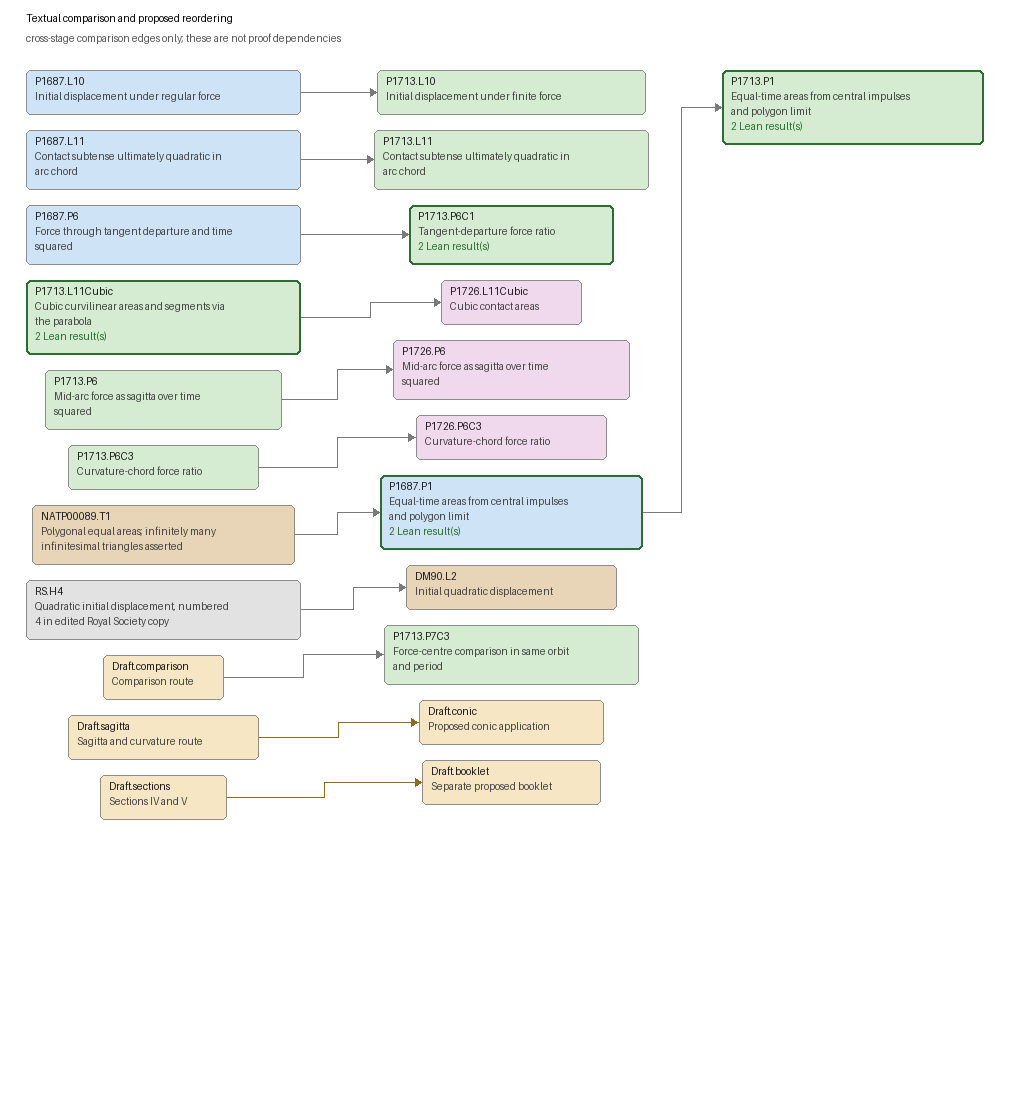
This is docs/graphs/comparison.png from arivero/newtonlean, a Graphviz export, as it was before one commit. Its source is kept beside it as docs/graphs/comparison.dot.
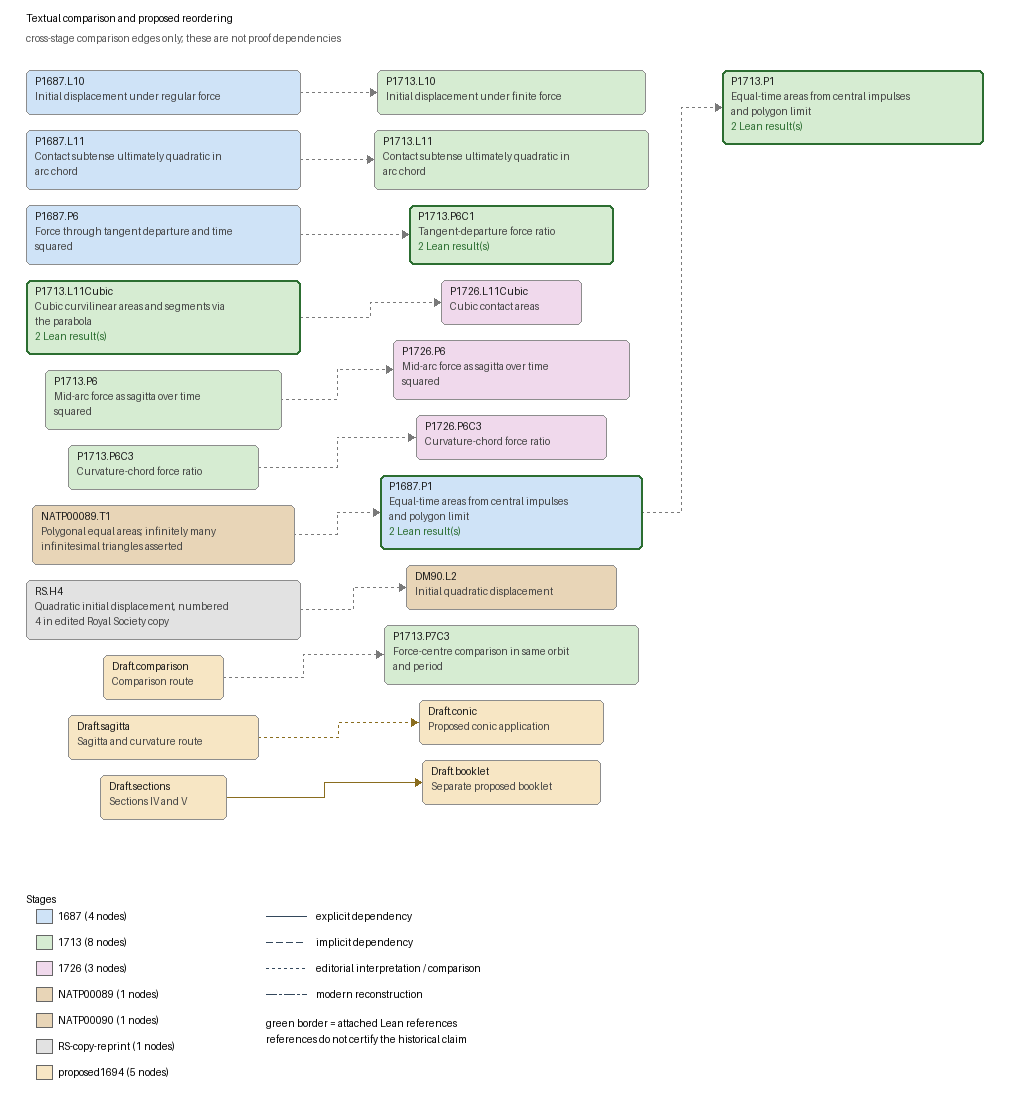
After the change.

Diff of the diagram source:
```diff
@@ -1,39 +1,39 @@
 digraph comparison {
   rankdir=LR;
   node [shape=box, style="rounded,filled"];
+  "DM90.L2" [label="DM90.L2\nInitial quadratic displacement", fillcolor="#e8d5b7", color="#8d8d8d", penwidth=1];
   "Draft.booklet" [label="Draft.booklet\nSeparate proposed booklet", fillcolor="#f7e6c4", color="#8d8d8d", penwidth=1];
+  "Draft.comparison" [label="Draft.comparison\nComparison route", fillcolor="#f7e6c4", color="#8d8d8d", penwidth=1];
+  "Draft.conic" [label="Draft.conic\nProposed conic application", fillcolor="#f7e6c4", color="#8d8d8d", penwidth=1];
+  "Draft.sagitta" [label="Draft.sagitta\nSagitta and curvature route", fillcolor="#f7e6c4", color="#8d8d8d", penwidth=1];
+  "Draft.sections" [label="Draft.sections\nSections IV and V", fillcolor="#f7e6c4", color="#8d8d8d", penwidth=1];
+  "NATP00089.T1" [label="NATP00089.T1\nPolygonal equal areas; infinitely many\ninfinitesimal triangles asserted", fillcolor="#e8d5b7", color="#8d8d8d", penwidth=1];
+  "P1687.L10" [label="P1687.L10\nInitial displacement under regular force", fillcolor="#cfe3f7", color="#8d8d8d", penwidth=1];
+  "P1687.L11" [label="P1687.L11\nContact subtense ultimately quadratic in\narc chord", fillcolor="#cfe3f7", color="#8d8d8d", penwidth=1];
+  "P1687.P1" [label="P1687.P1\nEqual-time areas from central impulses\nand polygon limit\n2 Lean result(s)", fillcolor="#cfe3f7", color="#2c6e31", penwidth=2];
+  "P1687.P6" [label="P1687.P6\nForce through tangent departure and time\nsquared", fillcolor="#cfe3f7", color="#8d8d8d", penwidth=1];
+  "P1713.L10" [label="P1713.L10\nInitial displacement under finite force", fillcolor="#d6ecd2", color="#8d8d8d", penwidth=1];
+  "P1713.L11" [label="P1713.L11\nContact subtense ultimately quadratic in\narc chord", fillcolor="#d6ecd2", color="#8d8d8d", penwidth=1];
+  "P1713.L11Cubic" [label="P1713.L11Cubic\nCubic curvilinear areas and segments via\nthe parabola\n2 Lean result(s)", fillcolor="#d6ecd2", color="#2c6e31", penwidth=2];
   "P1713.P1" [label="P1713.P1\nEqual-time areas from central impulses\nand polygon limit\n2 Lean result(s)", fillcolor="#d6ecd2", color="#2c6e31", penwidth=2];
-  "P1687.P1" [label="P1687.P1\nEqual-time areas from central impulses\nand polygon limit\n2 Lean result(s)", fillcolor="#cfe3f7", color="#2c6e31", penwidth=2];
-  "P1713.L11Cubic" [label="P1713.L11Cubic\nCubic curvilinear areas and segments via\nthe parabola\n2 Lean result(s)", fillcolor="#d6ecd2", color="#2c6e31", penwidth=2];
-  "NATP00089.T1" [label="NATP00089.T1\nPolygonal equal areas; infinitely many\ninfinitesimal triangles asserted", fillcolor="#e8d5b7", color="#8d8d8d", penwidth=1];
+  "P1713.P6" [label="P1713.P6\nMid-arc force as sagitta over time\nsquared", fillcolor="#d6ecd2", color="#8d8d8d", penwidth=1];
+  "P1713.P6C1" [label="P1713.P6C1\nTangent-departure force ratio\n2 Lean result(s)", fillcolor="#d6ecd2", color="#2c6e31", penwidth=2];
+  "P1713.P6C3" [label="P1713.P6C3\nCurvature-chord force ratio", fillcolor="#d6ecd2", color="#8d8d8d", penwidth=1];
+  "P1713.P7C3" [label="P1713.P7C3\nForce-centre comparison in same orbit\nand period", fillcolor="#d6ecd2", color="#8d8d8d", penwidth=1];
+  "P1726.L11Cubic" [label="P1726.L11Cubic\nCubic contact areas", fillcolor="#f0d9ec", color="#8d8d8d", penwidth=1];
   "P1726.P6" [label="P1726.P6\nMid-arc force as sagitta over time\nsquared", fillcolor="#f0d9ec", color="#8d8d8d", penwidth=1];
-  "P1713.P7C3" [label="P1713.P7C3\nForce-centre comparison in same orbit\nand period", fillcolor="#d6ecd2", color="#8d8d8d", penwidth=1];
+  "P1726.P6C3" [label="P1726.P6C3\nCurvature-chord force ratio", fillcolor="#f0d9ec", color="#8d8d8d", penwidth=1];
   "RS.H4" [label="RS.H4\nQuadratic initial displacement, numbered\n4 in edited Royal Society copy", fillcolor="#e2e2e2", color="#8d8d8d", penwidth=1];
-  "P1713.L10" [label="P1713.L10\nInitial displacement under finite force", fillcolor="#d6ecd2", color="#8d8d8d", penwidth=1];
-  "Draft.sagitta" [label="Draft.sagitta\nSagitta and curvature route", fillcolor="#f7e6c4", color="#8d8d8d", penwidth=1];
-  "P1713.P6" [label="P1713.P6\nMid-arc force as sagitta over time\nsquared", fillcolor="#d6ecd2", color="#8d8d8d", penwidth=1];
-  "Draft.conic" [label="Draft.conic\nProposed conic application", fillcolor="#f7e6c4", color="#8d8d8d", penwidth=1];
-  "P1713.L11" [label="P1713.L11\nContact subtense ultimately quadratic in\narc chord", fillcolor="#d6ecd2", color="#8d8d8d", penwidth=1];
-  "Draft.comparison" [label="Draft.comparison\nComparison route", fillcolor="#f7e6c4", color="#8d8d8d", penwidth=1];
-  "Draft.sections" [label="Draft.sections\nSections IV and V", fillcolor="#f7e6c4", color="#8d8d8d", penwidth=1];
-  "P1687.L11" [label="P1687.L11\nContact subtense ultimately quadratic in\narc chord", fillcolor="#cfe3f7", color="#8d8d8d", penwidth=1];
-  "P1687.P6" [label="P1687.P6\nForce through tangent departure and time\nsquared", fillcolor="#cfe3f7", color="#8d8d8d", penwidth=1];
-  "P1726.P6C3" [label="P1726.P6C3\nCurvature-chord force ratio", fillcolor="#f0d9ec", color="#8d8d8d", penwidth=1];
-  "DM90.L2" [label="DM90.L2\nInitial quadratic displacement", fillcolor="#e8d5b7", color="#8d8d8d", penwidth=1];
-  "P1713.P6C1" [label="P1713.P6C1\nTangent-departure force ratio\n2 Lean result(s)", fillcolor="#d6ecd2", color="#2c6e31", penwidth=2];
-  "P1726.L11Cubic" [label="P1726.L11Cubic\nCubic contact areas", fillcolor="#f0d9ec", color="#8d8d8d", penwidth=1];
-  "P1713.P6C3" [label="P1713.P6C3\nCurvature-chord force ratio", fillcolor="#d6ecd2", color="#8d8d8d", penwidth=1];
-  "P1687.L10" [label="P1687.L10\nInitial displacement under regular force", fillcolor="#cfe3f7", color="#8d8d8d", penwidth=1];
-  "P1687.L10" -> "P1713.L10" [style=dotted, label="textual comparison", fontsize=9];
-  "RS.H4" -> "DM90.L2" [style=dotted, label="textual comparison", fontsize=9];
-  "NATP00089.T1" -> "P1687.P1" [style=dotted, label="textual comparison", fontsize=9];
-  "P1687.P1" -> "P1713.P1" [style=dotted, label="textual comparison", fontsize=9];
-  "P1687.L11" -> "P1713.L11" [style=dotted, label="textual comparison", fontsize=9];
-  "P1687.P6" -> "P1713.P6C1" [style=dotted, label="textual comparison", fontsize=9];
-  "P1713.P6" -> "P1726.P6" [style=dotted, label="textual comparison", fontsize=9];
-  "P1713.P6C3" -> "P1726.P6C3" [style=dotted, label="textual comparison", fontsize=9];
-  "P1713.L11Cubic" -> "P1726.L11Cubic" [style=dotted, label="textual comparison", fontsize=9];
-  "Draft.comparison" -> "P1713.P7C3" [style=dotted, label="textual comparison", fontsize=9];
-  "Draft.sections" -> "Draft.booklet" [style=solid, label="proposed reordering", fontsize=9];
-  "Draft.sagitta" -> "Draft.conic" [style=dotted, label="proposed dependency", fontsize=9];
+  "P1687.L10" -> "P1713.L10" [style=dotted, label="textual comparison: editorial_interpretation", fontsize=9];
+  "RS.H4" -> "DM90.L2" [style=dotted, label="textual comparison: editorial_interpretation", fontsize=9];
+  "NATP00089.T1" -> "P1687.P1" [style=dotted, label="textual comparison: editorial_interpretation", fontsize=9];
+  "P1687.P1" -> "P1713.P1" [style=dotted, label="textual comparison: editorial_interpretation", fontsize=9];
+  "P1687.L11" -> "P1713.L11" [style=dotted, label="textual comparison: editorial_interpretation", fontsize=9];
+  "P1687.P6" -> "P1713.P6C1" [style=dotted, label="textual comparison: editorial_interpretation", fontsize=9];
+  "P1713.P6" -> "P1726.P6" [style=dotted, label="textual comparison: editorial_interpretation", fontsize=9];
+  "P1713.P6C3" -> "P1726.P6C3" [style=dotted, label="textual comparison: editorial_interpretation", fontsize=9];
+  "P1713.L11Cubic" -> "P1726.L11Cubic" [style=dotted, label="textual comparison: editorial_interpretation", fontsize=9];
+  "Draft.comparison" -> "P1713.P7C3" [style=dotted, label="textual comparison: editorial_interpretation", fontsize=9];
+  "Draft.sections" -> "Draft.booklet" [style=solid, label="proposed reordering: explicit_dependency", fontsize=9];
+  "Draft.sagitta" -> "Draft.conic" [style=dotted, label="proposed dependency: editorial_interpretation", fontsize=9];
 }
```
